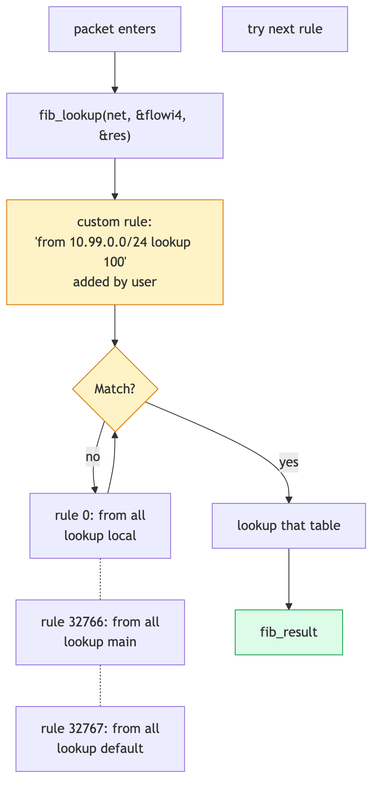
The Mermaid diagram linux-net/src/diagrams/day09_rules.png in biefy/books, before a commit. Its source is kept beside it as linux-net/src/diagrams/src/day09_rules.mmd. Its diagram source:
```mermaid
flowchart TD
    Pkt["packet enters"]
    Lookup["fib_lookup(net, &flowi4, &res)"]
    R0["rule 0: from all<br/>lookup local"]
    R1["rule 32766: from all<br/>lookup main"]
    R2["rule 32767: from all<br/>lookup default"]

    Custom["custom rule:<br/>'from 10.99.0.0/24 lookup 100'<br/>added by user"]

    Match{Match?}
    Tab["lookup that table"]
    Result["fib_result"]
    NextRule["try next rule"]

    Pkt --> Lookup --> Custom --> Match
    Match -->|yes| Tab --> Result
    Match -->|no| R0 --> Match
    R0 -.- R1 -.- R2

    classDef ok fill:#dcfce7,stroke:#16a34a
    classDef hot fill:#fef3c7,stroke:#d97706
    class Result ok
    class Match,Custom hot
```
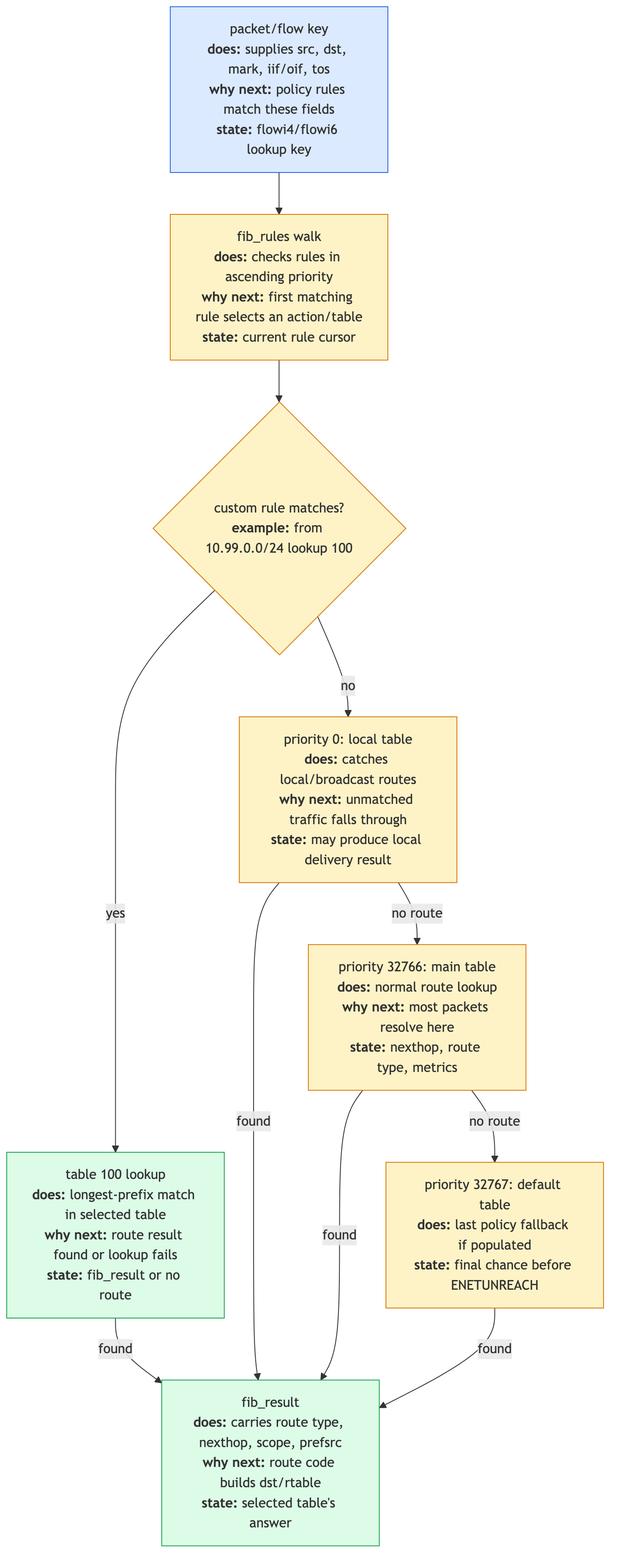
The same diagram one commit later.

Diff of the diagram source:
```diff
@@ -1,23 +1,25 @@
 flowchart TD
-    Pkt["packet enters"]
-    Lookup["fib_lookup(net, &flowi4, &res)"]
-    R0["rule 0: from all<br/>lookup local"]
-    R1["rule 32766: from all<br/>lookup main"]
-    R2["rule 32767: from all<br/>lookup default"]
+    Pkt["packet/flow key<br/><b>does:</b> supplies src, dst, mark, iif/oif, tos<br/><b>why next:</b> policy rules match these fields<br/><b>state:</b> flowi4/flowi6 lookup key"]
+    Rules["fib_rules walk<br/><b>does:</b> checks rules in ascending priority<br/><b>why next:</b> first matching rule selects an action/table<br/><b>state:</b> current rule cursor"]
+    Custom{"custom rule matches?<br/><b>example:</b> from 10.99.0.0/24 lookup 100"}
+    CustomTable["table 100 lookup<br/><b>does:</b> longest-prefix match in selected table<br/><b>why next:</b> route result found or lookup fails<br/><b>state:</b> fib_result or no route"]
+    Local["priority 0: local table<br/><b>does:</b> catches local/broadcast routes<br/><b>why next:</b> unmatched traffic falls through<br/><b>state:</b> may produce local delivery result"]
+    Main["priority 32766: main table<br/><b>does:</b> normal route lookup<br/><b>why next:</b> most packets resolve here<br/><b>state:</b> nexthop, route type, metrics"]
+    Default["priority 32767: default table<br/><b>does:</b> last policy fallback if populated<br/><b>state:</b> final chance before ENETUNREACH"]
+    Result["fib_result<br/><b>does:</b> carries route type, nexthop, scope, prefsrc<br/><b>why next:</b> route code builds dst/rtable<br/><b>state:</b> selected table's answer"]
 
-    Custom["custom rule:<br/>'from 10.99.0.0/24 lookup 100'<br/>added by user"]
+    Pkt --> Rules --> Custom
+    Custom -->|yes| CustomTable
+    Custom -->|no| Local
+    Local -->|no route| Main -->|no route| Default
+    CustomTable -->|found| Result
+    Local -->|found| Result
+    Main -->|found| Result
+    Default -->|found| Result
 
-    Match{Match?}
-    Tab["lookup that table"]
-    Result["fib_result"]
-    NextRule["try next rule"]
-
-    Pkt --> Lookup --> Custom --> Match
-    Match -->|yes| Tab --> Result
-    Match -->|no| R0 --> Match
-    R0 -.- R1 -.- R2
-
-    classDef ok fill:#dcfce7,stroke:#16a34a
-    classDef hot fill:#fef3c7,stroke:#d97706
-    class Result ok
-    class Match,Custom hot
+    classDef key fill:#dbeafe,stroke:#2563eb
+    classDef rule fill:#fef3c7,stroke:#d97706
+    classDef out fill:#dcfce7,stroke:#16a34a
+    class Pkt key
+    class Rules,Custom,Local,Main,Default rule
+    class CustomTable,Result out
```
